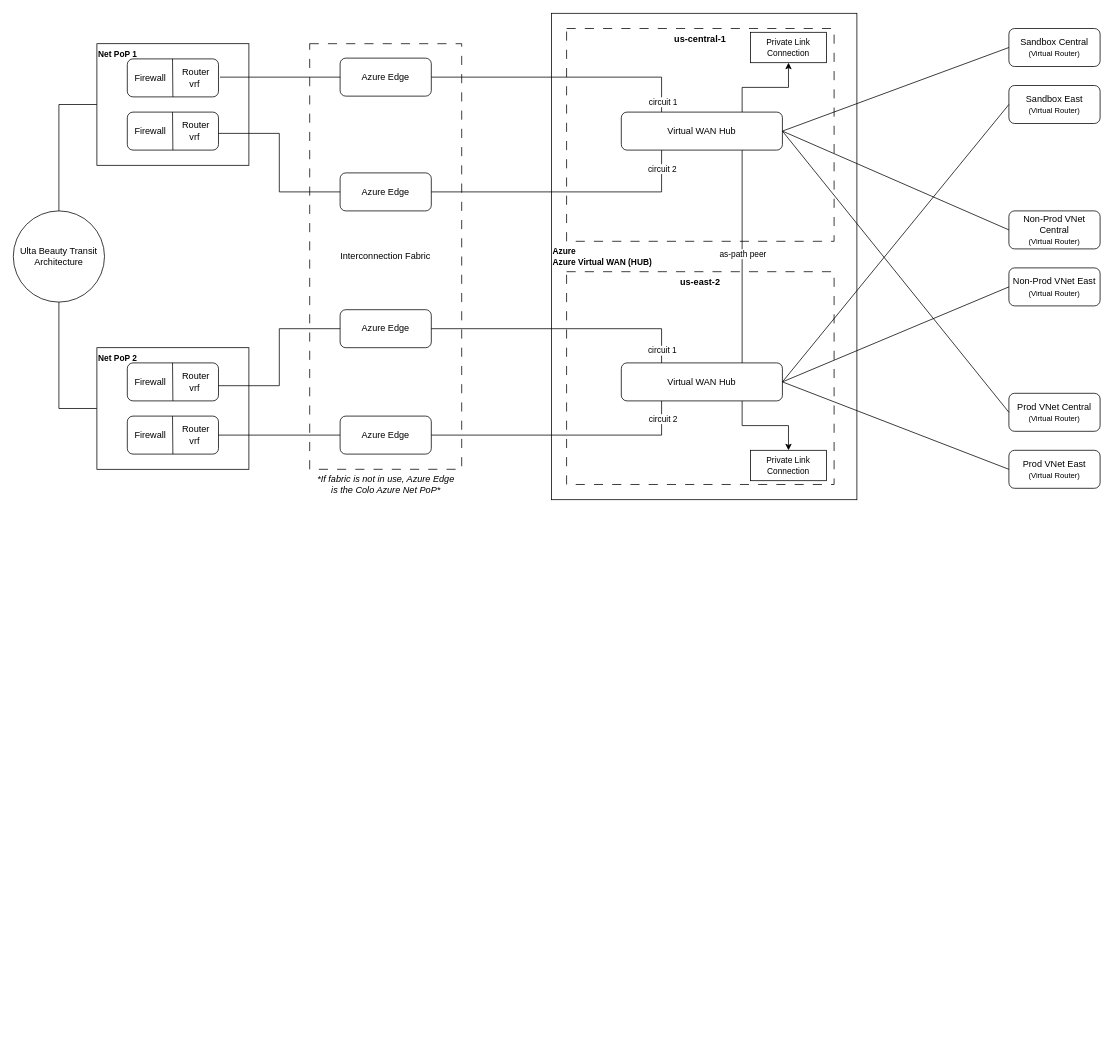
bpayt2/temp keeps this draw.io diagram as page "Azure Resiliency" (6 of 20) of disaster-recovery.drawio. Above is the earlier version. Source tidied: cells renumbered, new cells numbered last; positions are measured from the earlier drawing's top-left corner, leaving out a move shared by most shapes. Both pictures are drawn from the tidied source at 76%, with x=0, y=0 at pixel (13, 13).
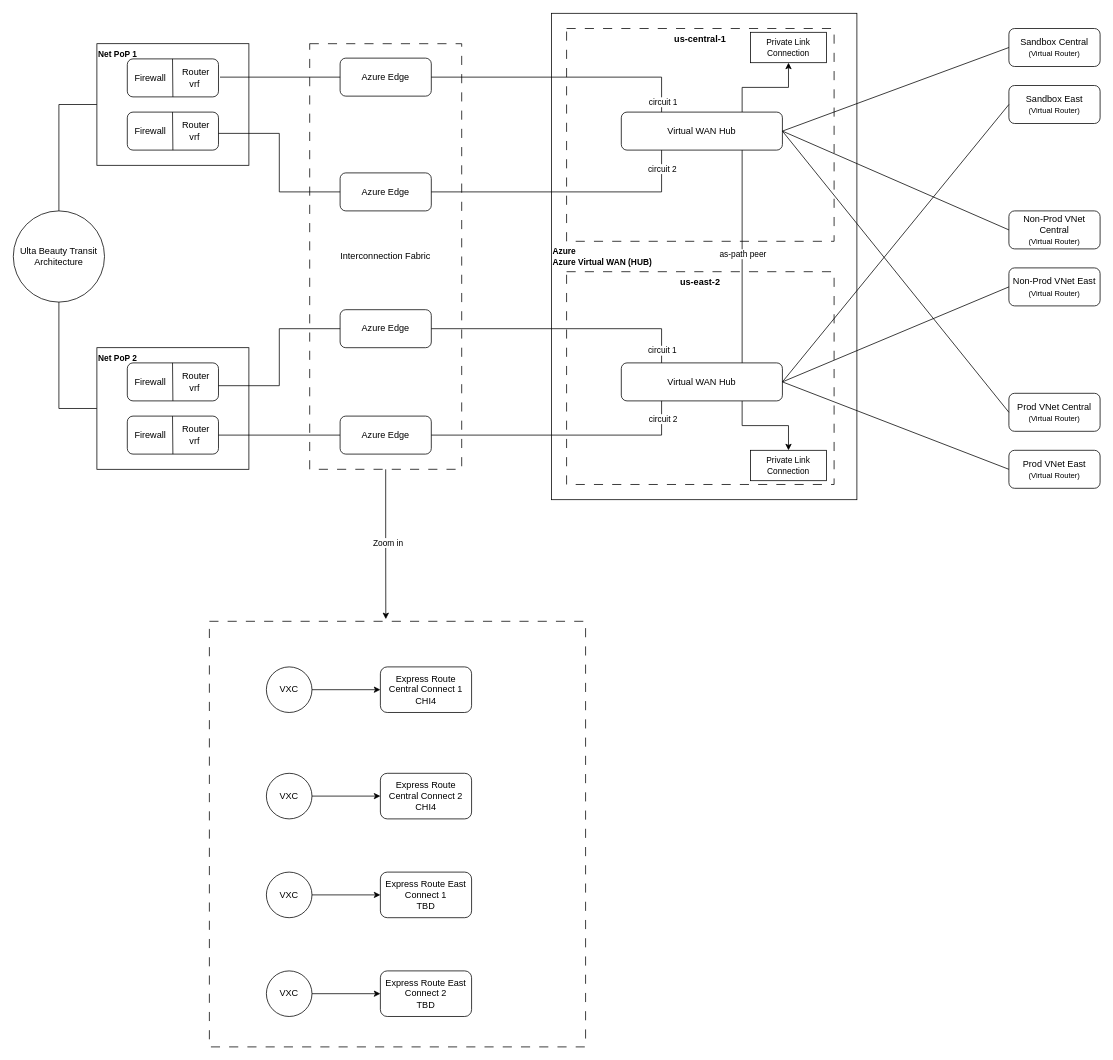
The same diagram, later.

Unchanged cells that the change refers to:
```xml
<mxCell id="24" value="Interconnection Fabric" style="rounded=0;whiteSpace=wrap;html=1;dashed=1;dashPattern=12 12;" parent="1" vertex="1">
  <mxGeometry x="390" y="40" width="200" height="560" as="geometry" />
</mxCell>
```

Diff of the diagram source:
```diff
@@
+    <mxCell id="64" style="rounded=0;whiteSpace=wrap;html=1;dashed=1;dashPattern=12 12;" parent="1" vertex="1">
+      <mxGeometry x="258" y="800" width="495" height="560" as="geometry" />
+    </mxCell>
@@
-    <mxCell id="61" value="&lt;i&gt;*If fabric is not in use, Azure Edge &lt;br&gt;is the Colo Azure Net PoP*&lt;/i&gt;" style="text;html=1;align=center;verticalAlign=middle;strokeColor=none;fillColor=none;" parent="1" vertex="1">
-      <mxGeometry x="390" y="600" width="200" height="40" as="geometry" />
-    </mxCell>
@@
+    <mxCell id="65" style="edgeStyle=orthogonalEdgeStyle;rounded=0;jettySize=auto;html=1;exitX=0.5;exitY=1;exitDx=0;exitDy=0;entryX=0.469;entryY=-0.005;entryDx=0;entryDy=0;entryPerimeter=0;" parent="1" edge="1" source="24" target="64">
+      <mxGeometry relative="1" as="geometry" />
+    </mxCell>
+    <mxCell id="66" value="Zoom in" style="edgeLabel;html=1;align=center;verticalAlign=middle;" parent="65" vertex="1">
+      <mxGeometry x="-0.03" y="2" relative="1" as="geometry" />
+    </mxCell>
+    <mxCell id="67" style="edgeStyle=orthogonalEdgeStyle;rounded=0;jettySize=auto;html=1;exitX=1;exitY=0.5;exitDx=0;exitDy=0;" parent="1" edge="1" source="68" target="76">
+      <mxGeometry relative="1" as="geometry" />
+    </mxCell>
+    <mxCell id="68" value="VXC" style="ellipse;whiteSpace=wrap;html=1;" parent="1" vertex="1">
+      <mxGeometry x="333" y="860" width="60" height="60" as="geometry" />
+    </mxCell>
+    <mxCell id="69" style="edgeStyle=orthogonalEdgeStyle;rounded=0;jettySize=auto;html=1;exitX=1;exitY=0.5;exitDx=0;exitDy=0;" parent="1" edge="1" source="70" target="75">
+      <mxGeometry relative="1" as="geometry" />
+    </mxCell>
+    <mxCell id="70" value="VXC" style="ellipse;whiteSpace=wrap;html=1;" parent="1" vertex="1">
+      <mxGeometry x="333" y="1000" width="60" height="60" as="geometry" />
+    </mxCell>
+    <mxCell id="71" style="edgeStyle=orthogonalEdgeStyle;rounded=0;jettySize=auto;html=1;exitX=1;exitY=0.5;exitDx=0;exitDy=0;entryX=0;entryY=0.5;entryDx=0;entryDy=0;" parent="1" edge="1" source="72" target="78">
+      <mxGeometry relative="1" as="geometry" />
+    </mxCell>
+    <mxCell id="72" value="VXC" style="ellipse;whiteSpace=wrap;html=1;" parent="1" vertex="1">
+      <mxGeometry x="333" y="1130" width="60" height="60" as="geometry" />
+    </mxCell>
+    <mxCell id="73" style="edgeStyle=orthogonalEdgeStyle;rounded=0;jettySize=auto;html=1;exitX=1;exitY=0.5;exitDx=0;exitDy=0;entryX=0;entryY=0.5;entryDx=0;entryDy=0;" parent="1" edge="1" source="74" target="77">
+      <mxGeometry relative="1" as="geometry" />
+    </mxCell>
+    <mxCell id="74" value="VXC" style="ellipse;whiteSpace=wrap;html=1;" parent="1" vertex="1">
+      <mxGeometry x="333" y="1260" width="60" height="60" as="geometry" />
+    </mxCell>
+    <mxCell id="75" value="Express Route Central Connect 2&lt;br&gt;CHI4" style="rounded=1;whiteSpace=wrap;html=1;" parent="1" vertex="1">
+      <mxGeometry x="483" y="1000" width="120" height="60" as="geometry" />
+    </mxCell>
+    <mxCell id="76" value="Express Route Central Connect 1&lt;br&gt;CHI4" style="rounded=1;whiteSpace=wrap;html=1;" parent="1" vertex="1">
+      <mxGeometry x="483" y="860" width="120" height="60" as="geometry" />
+    </mxCell>
+    <mxCell id="77" value="Express Route East Connect 2&lt;br&gt;TBD" style="rounded=1;whiteSpace=wrap;html=1;" parent="1" vertex="1">
+      <mxGeometry x="483" y="1260" width="120" height="60" as="geometry" />
+    </mxCell>
+    <mxCell id="78" value="Express Route East Connect 1&lt;br&gt;TBD" style="rounded=1;whiteSpace=wrap;html=1;" parent="1" vertex="1">
+      <mxGeometry x="483" y="1130" width="120" height="60" as="geometry" />
+    </mxCell>
```
